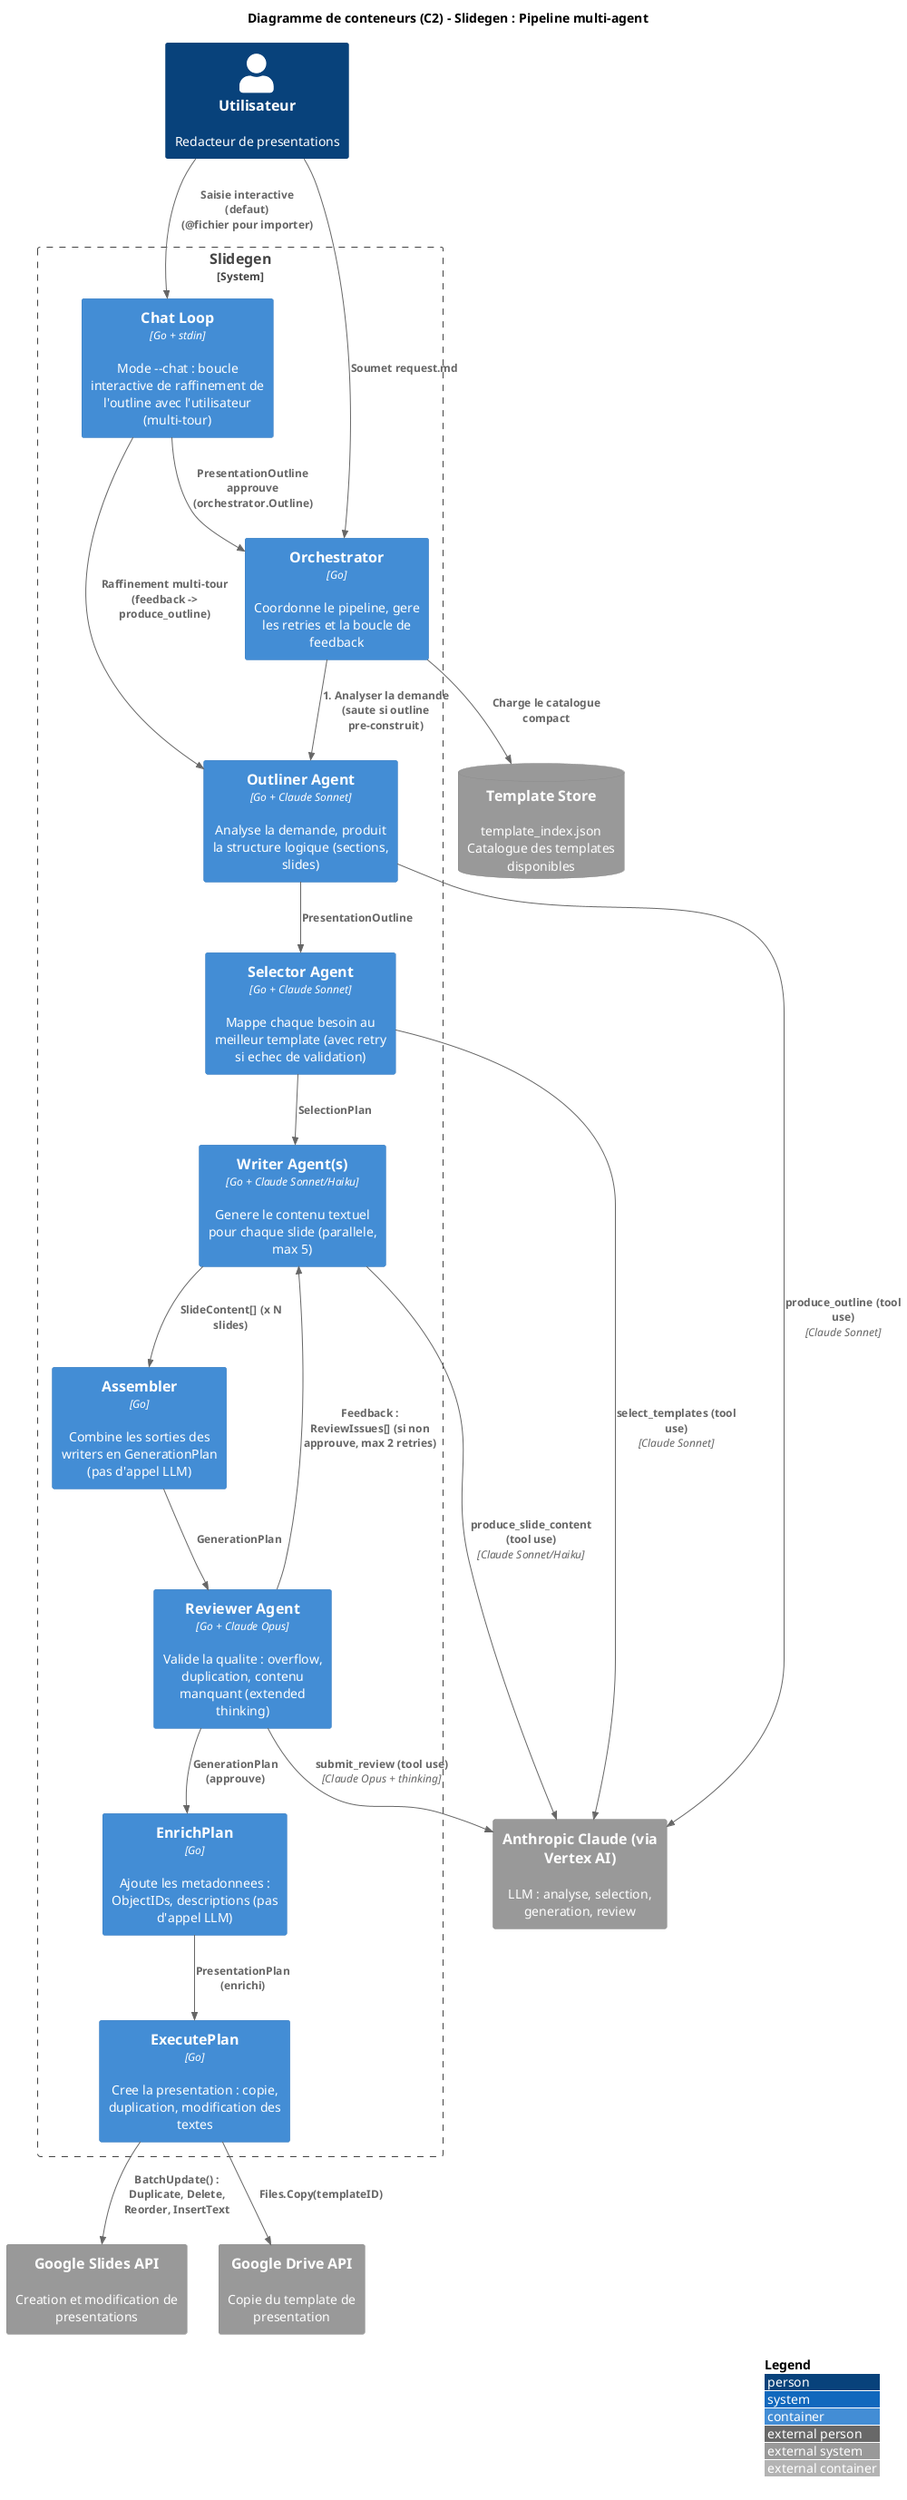
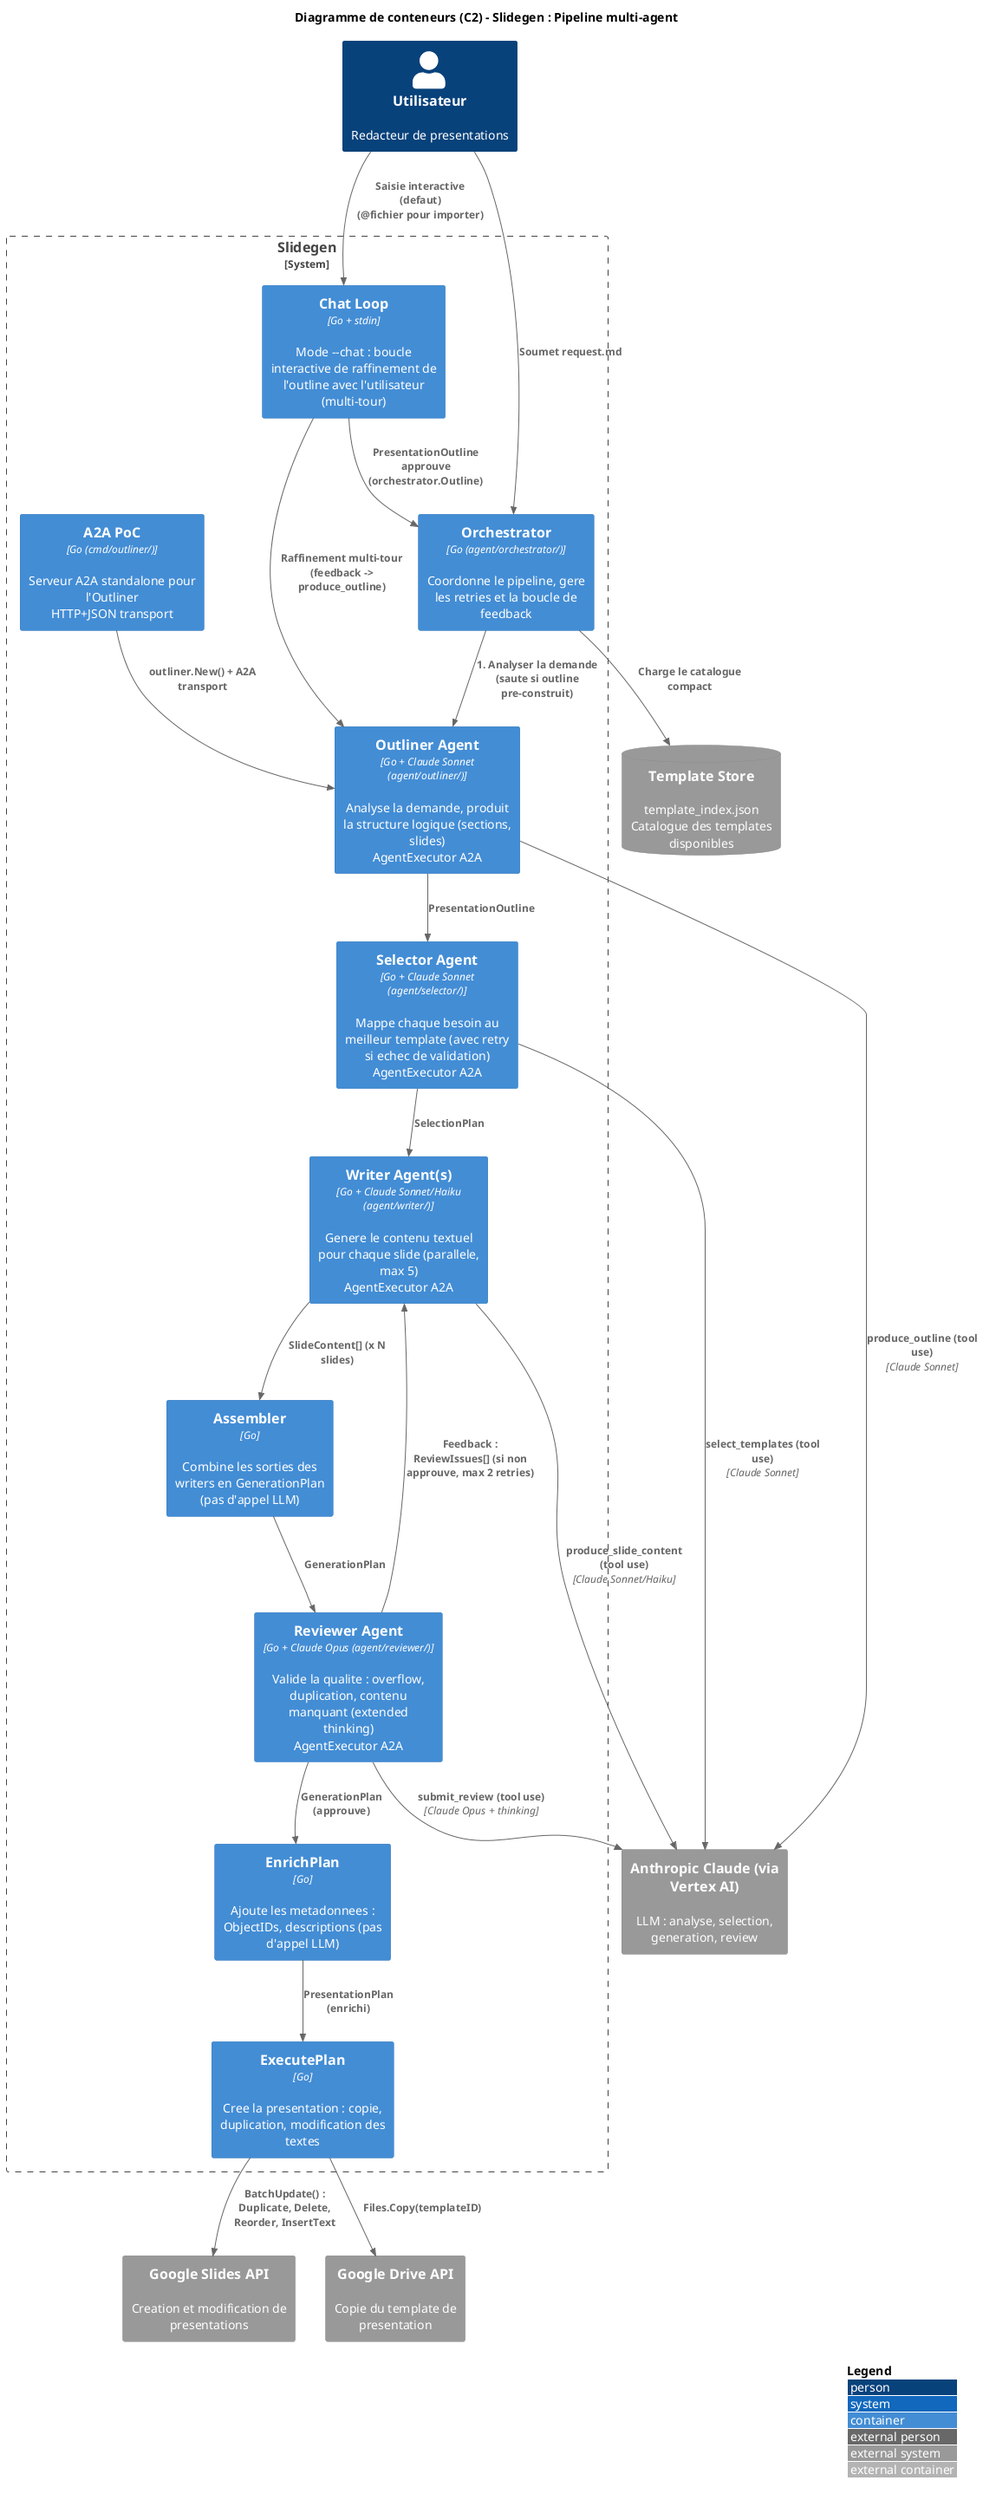
@startuml c2-slidegen
!include <C4/C4_Container>

LAYOUT_WITH_LEGEND()

title Diagramme de conteneurs (C2) - Slidegen : Pipeline multi-agent

Person(user, "Utilisateur", "Redacteur de presentations")

System_Ext(vertexai, "Anthropic Claude (via Vertex AI)", "LLM : analyse, selection, generation, review")
System_Ext(slidesapi, "Google Slides API", "Creation et modification de presentations")
System_Ext(driveapi, "Google Drive API", "Copie du template de presentation")

SystemDb_Ext(store, "Template Store", "template_index.json\nCatalogue des templates disponibles")

System_Boundary(slidegen, "Slidegen") {

    Container(chatloop, "Chat Loop", "Go + stdin", "Mode --chat : boucle interactive de raffinement de l'outline avec l'utilisateur (multi-tour)")

-     Container(orch, "Orchestrator", "Go", "Coordonne le pipeline, gere les retries et la boucle de feedback")
+     Container(orch, "Orchestrator", "Go (agent/orchestrator/)", "Coordonne le pipeline, gere les retries et la boucle de feedback")

-     Container(outliner, "Outliner Agent", "Go + Claude Sonnet", "Analyse la demande, produit la structure logique (sections, slides)")
+     Container(outliner, "Outliner Agent", "Go + Claude Sonnet (agent/outliner/)", "Analyse la demande, produit la structure logique (sections, slides)\nAgentExecutor A2A")

-     Container(selector, "Selector Agent", "Go + Claude Sonnet", "Mappe chaque besoin au meilleur template (avec retry si echec de validation)")
+     Container(selector, "Selector Agent", "Go + Claude Sonnet (agent/selector/)", "Mappe chaque besoin au meilleur template (avec retry si echec de validation)\nAgentExecutor A2A")

-     Container(writer, "Writer Agent(s)", "Go + Claude Sonnet/Haiku", "Genere le contenu textuel pour chaque slide (parallele, max 5)")
+     Container(writer, "Writer Agent(s)", "Go + Claude Sonnet/Haiku (agent/writer/)", "Genere le contenu textuel pour chaque slide (parallele, max 5)\nAgentExecutor A2A")

    Container(assembler, "Assembler", "Go", "Combine les sorties des writers en GenerationPlan (pas d'appel LLM)")

-     Container(reviewer, "Reviewer Agent", "Go + Claude Opus", "Valide la qualite : overflow, duplication, contenu manquant (extended thinking)")
+     Container(reviewer, "Reviewer Agent", "Go + Claude Opus (agent/reviewer/)", "Valide la qualite : overflow, duplication, contenu manquant (extended thinking)\nAgentExecutor A2A")

    Container(enrich, "EnrichPlan", "Go", "Ajoute les metadonnees : ObjectIDs, descriptions (pas d'appel LLM)")

    Container(execute, "ExecutePlan", "Go", "Cree la presentation : copie, duplication, modification des textes")
+ 
+     Container(a2apoc, "A2A PoC", "Go (cmd/outliner/)", "Serveur A2A standalone pour l'Outliner\nHTTP+JSON transport")
}

Rel(user, orch, "Soumet request.md")
Rel(user, chatloop, "Saisie interactive (defaut)\n(@fichier pour importer)")
Rel(chatloop, outliner, "Raffinement multi-tour\n(feedback -> produce_outline)")
Rel(chatloop, orch, "PresentationOutline approuve\n(orchestrator.Outline)")
Rel(orch, store, "Charge le catalogue compact")

Rel(orch, outliner, "1. Analyser la demande\n(saute si outline pre-construit)")
Rel(outliner, selector, "PresentationOutline")
Rel(selector, writer, "SelectionPlan")
Rel(writer, assembler, "SlideContent[] (x N slides)")
Rel(assembler, reviewer, "GenerationPlan")

Rel_Back(writer, reviewer, "Feedback : ReviewIssues[] (si non approuve, max 2 retries)")

Rel(reviewer, enrich, "GenerationPlan (approuve)")
Rel(enrich, execute, "PresentationPlan (enrichi)")

Rel(outliner, vertexai, "produce_outline (tool use)", "Claude Sonnet")
Rel(selector, vertexai, "select_templates (tool use)", "Claude Sonnet")
Rel(writer, vertexai, "produce_slide_content (tool use)", "Claude Sonnet/Haiku")
Rel(reviewer, vertexai, "submit_review (tool use)", "Claude Opus + thinking")

Rel(execute, driveapi, "Files.Copy(templateID)")
Rel(execute, slidesapi, "BatchUpdate() : Duplicate, Delete, Reorder, InsertText")

+ Rel(a2apoc, outliner, "outliner.New() + A2A transport")
+ 
@enduml
